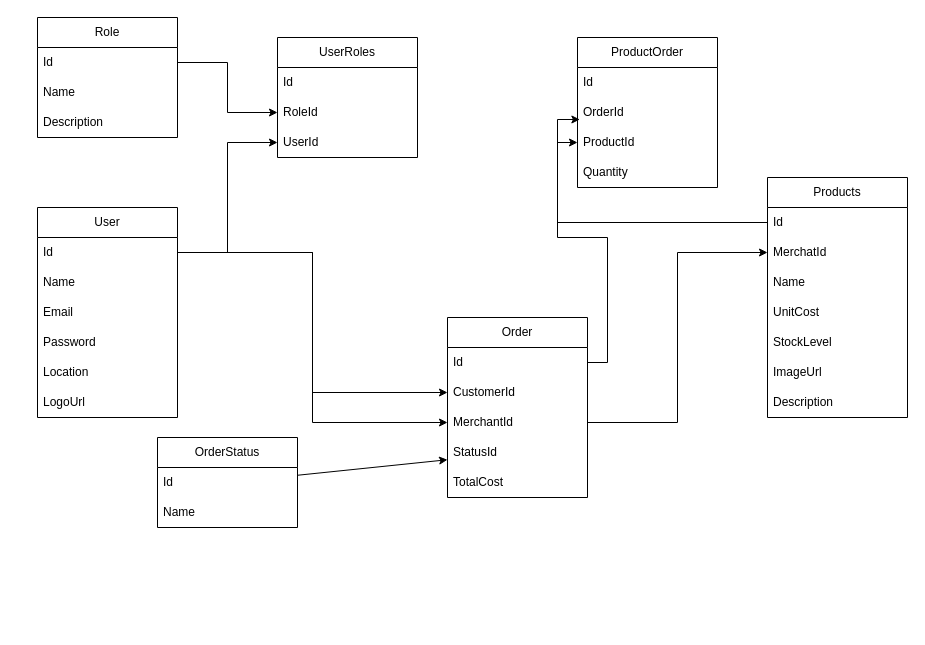
Before: ideation/zephyr_class_diagram.drawio in deaconTown/Zephyr, a draw.io diagram. Source tidied: cells renumbered, new cells numbered last; positions are measured from the earlier drawing's top-left corner, leaving out a move shared by most shapes. Both pictures are drawn from the tidied source at 100%, with x=0, y=0 at pixel (37, 17).
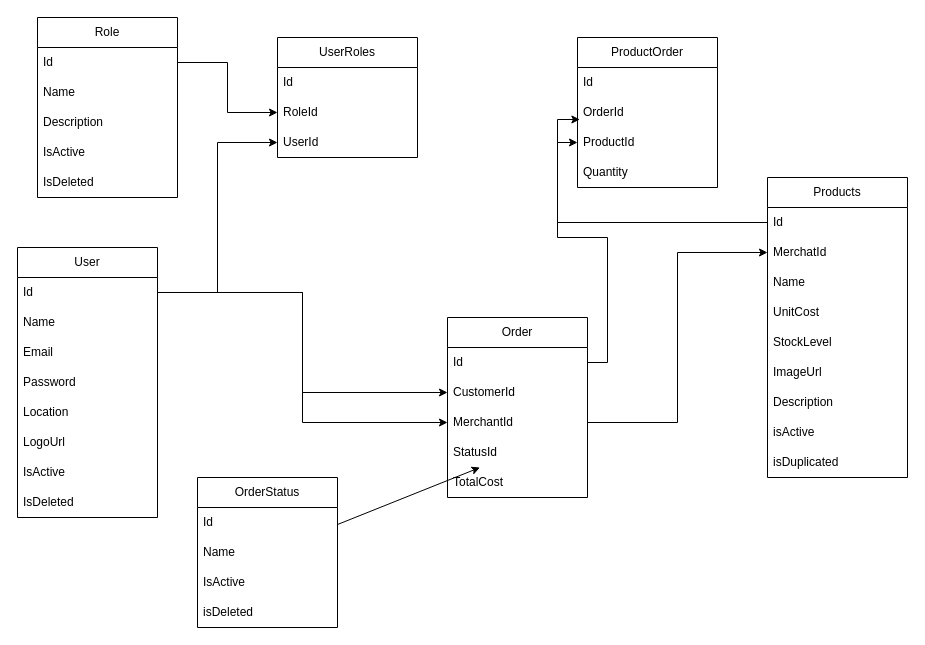
Above is the later version.

Commit message:
feat(prisma): updated the uml diagram that depicts the classes

Diff of the diagram source:
```diff
@@
     <mxCell id="2" value="User" style="swimlane;fontStyle=0;horizontal=1;startSize=30;whiteSpace=wrap;html=1;" parent="1" vertex="1">
-      <mxGeometry y="190" width="140" height="210" as="geometry" />
+      <mxGeometry x="-20" y="230" width="140" height="270" as="geometry" />
     </mxCell>
@@
+    <mxCell id="47" value="IsActive" style="text;strokeColor=none;fillColor=none;align=left;verticalAlign=middle;spacingLeft=4;spacingRight=4;overflow=hidden;whiteSpace=wrap;html=1;" parent="2" vertex="1">
+      <mxGeometry y="210" width="140" height="30" as="geometry" />
+    </mxCell>
+    <mxCell id="48" value="IsDeleted" style="text;strokeColor=none;fillColor=none;align=left;verticalAlign=middle;spacingLeft=4;spacingRight=4;overflow=hidden;whiteSpace=wrap;html=1;" parent="2" vertex="1">
+      <mxGeometry y="240" width="140" height="30" as="geometry" />
+    </mxCell>
     <mxCell id="9" value="Products" style="swimlane;fontStyle=0;horizontal=1;startSize=30;whiteSpace=wrap;html=1;" parent="1" vertex="1">
-      <mxGeometry x="730" y="160" width="140" height="240" as="geometry" />
+      <mxGeometry x="730" y="160" width="140" height="300" as="geometry" />
     </mxCell>
@@
+    <mxCell id="49" value="isActive" style="text;strokeColor=none;fillColor=none;align=left;verticalAlign=middle;spacingLeft=4;spacingRight=4;overflow=hidden;whiteSpace=wrap;html=1;" parent="9" vertex="1">
+      <mxGeometry y="240" width="140" height="30" as="geometry" />
+    </mxCell>
+    <mxCell id="50" value="isDuplicated" style="text;strokeColor=none;fillColor=none;align=left;verticalAlign=middle;spacingLeft=4;spacingRight=4;overflow=hidden;whiteSpace=wrap;html=1;" parent="9" vertex="1">
+      <mxGeometry y="270" width="140" height="30" as="geometry" />
+    </mxCell>
@@
     <mxCell id="31" value="Role" style="swimlane;fontStyle=0;horizontal=1;startSize=30;whiteSpace=wrap;html=1;" parent="1" vertex="1">
-      <mxGeometry width="140" height="120" as="geometry" />
+      <mxGeometry width="140" height="180" as="geometry" />
     </mxCell>
@@
+    <mxCell id="51" value="IsActive&amp;nbsp;" style="text;strokeColor=none;fillColor=none;align=left;verticalAlign=middle;spacingLeft=4;spacingRight=4;overflow=hidden;whiteSpace=wrap;html=1;" parent="31" vertex="1">
+      <mxGeometry y="120" width="140" height="30" as="geometry" />
+    </mxCell>
+    <mxCell id="52" value="IsDeleted" style="text;strokeColor=none;fillColor=none;align=left;verticalAlign=middle;spacingLeft=4;spacingRight=4;overflow=hidden;whiteSpace=wrap;html=1;" parent="31" vertex="1">
+      <mxGeometry y="150" width="140" height="30" as="geometry" />
+    </mxCell>
@@
     <mxCell id="44" value="OrderStatus" style="swimlane;fontStyle=0;horizontal=1;startSize=30;whiteSpace=wrap;html=1;" parent="1" vertex="1">
-      <mxGeometry x="120" y="420" width="140" height="90" as="geometry" />
+      <mxGeometry x="160" y="460" width="140" height="150" as="geometry" />
     </mxCell>
@@
+    <mxCell id="53" value="IsActive" style="text;strokeColor=none;fillColor=none;align=left;verticalAlign=middle;spacingLeft=4;spacingRight=4;overflow=hidden;whiteSpace=wrap;html=1;" parent="44" vertex="1">
+      <mxGeometry y="90" width="140" height="30" as="geometry" />
+    </mxCell>
+    <mxCell id="54" value="isDeleted" style="text;strokeColor=none;fillColor=none;align=left;verticalAlign=middle;spacingLeft=4;spacingRight=4;overflow=hidden;whiteSpace=wrap;html=1;" parent="44" vertex="1">
+      <mxGeometry y="120" width="140" height="30" as="geometry" />
+    </mxCell>
```
